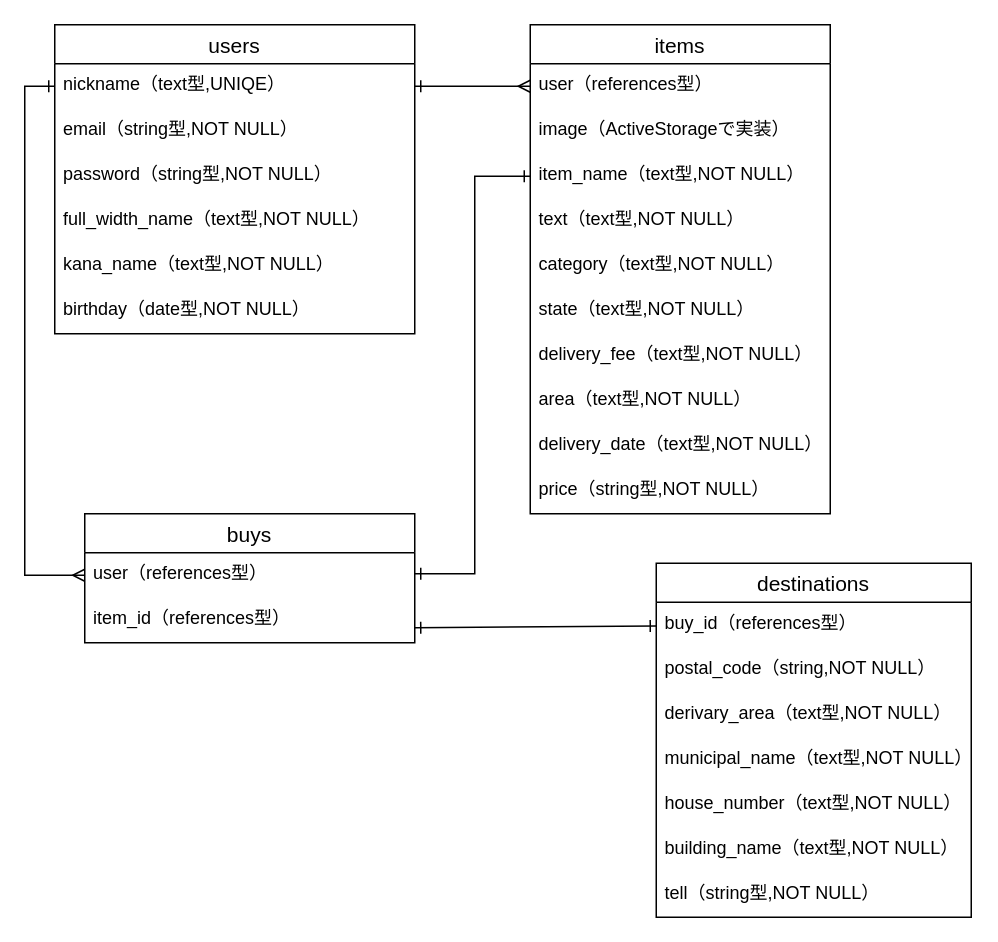
Above: furima.dio in starlikeleo/furima-30944 (draw.io), before the change. Source tidied: cells renumbered, new cells numbered last; positions are measured from the earlier drawing's top-left corner, leaving out a move shared by most shapes. Both pictures are drawn from the tidied source at 150%, with x=0, y=0 at pixel (24, 24).
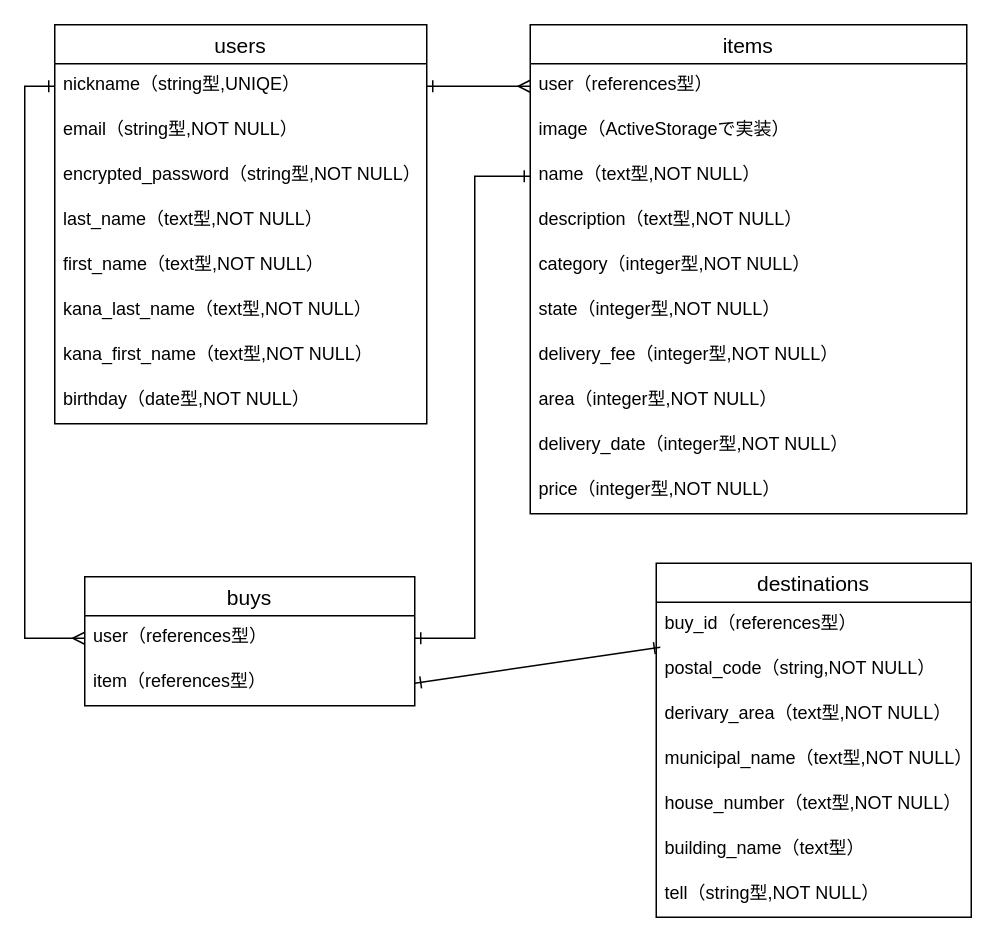
After the change.

Unchanged cells that the change refers to:
```xml
<mxCell id="22" value="user（references型）" style="text;strokeColor=none;fillColor=none;spacingLeft=4;spacingRight=4;overflow=hidden;points=[[0,0.5],[1,0.5]];portConstraint=eastwest;fontSize=12;" parent="21" vertex="1">
  <mxGeometry y="26" width="220" height="30" as="geometry" />
</mxCell>
<mxCell id="24" value="destinations" style="swimlane;fontStyle=0;horizontal=1;startSize=26;align=center;fontSize=14;" parent="1" vertex="1">
  <mxGeometry x="421" y="359" width="210" height="236" as="geometry" />
</mxCell>
<mxCell id="25" value="buy_id（references型）" style="text;strokeColor=none;fillColor=none;spacingLeft=4;spacingRight=4;overflow=hidden;points=[[0,0.5],[1,0.5]];portConstraint=eastwest;fontSize=12;" parent="24" vertex="1">
  <mxGeometry y="26" width="210" height="30" as="geometry" />
</mxCell>
```

Change to the diagram source:
```diff
@@
     <mxCell id="2" value="users" style="swimlane;fontStyle=0;horizontal=1;startSize=26;align=center;fontSize=14;" parent="1" vertex="1">
-      <mxGeometry x="20" width="240" height="206" as="geometry" />
+      <mxGeometry x="20" width="248" height="266" as="geometry" />
     </mxCell>
-    <mxCell id="3" value="nickname（text型,UNIQE）" style="text;strokeColor=none;fillColor=none;spacingLeft=4;spacingRight=4;overflow=hidden;points=[[0,0.5],[1,0.5]];portConstraint=eastwest;fontSize=12;" parent="2" vertex="1">
-      <mxGeometry y="26" width="240" height="30" as="geometry" />
+    <mxCell id="3" value="nickname（string型,UNIQE）" style="text;strokeColor=none;fillColor=none;spacingLeft=4;spacingRight=4;overflow=hidden;points=[[0,0.5],[1,0.5]];portConstraint=eastwest;fontSize=12;" parent="2" vertex="1">
+      <mxGeometry y="26" width="248" height="30" as="geometry" />
     </mxCell>
     <mxCell id="4" value="email（string型,NOT NULL）" style="text;strokeColor=none;fillColor=none;spacingLeft=4;spacingRight=4;overflow=hidden;fontSize=12;" parent="2" vertex="1">
-      <mxGeometry y="56" width="240" height="30" as="geometry" />
+      <mxGeometry y="56" width="248" height="30" as="geometry" />
     </mxCell>
-    <mxCell id="5" value="password（string型,NOT NULL）" style="text;strokeColor=none;fillColor=none;spacingLeft=4;spacingRight=4;overflow=hidden;fontSize=12;" parent="2" vertex="1">
-      <mxGeometry y="86" width="240" height="30" as="geometry" />
+    <mxCell id="5" value="encrypted_password（string型,NOT NULL）" style="text;strokeColor=none;fillColor=none;spacingLeft=4;spacingRight=4;overflow=hidden;fontSize=12;" parent="2" vertex="1">
+      <mxGeometry y="86" width="248" height="30" as="geometry" />
     </mxCell>
+    <mxCell id="36" value="last_name（text型,NOT NULL）" style="text;strokeColor=none;fillColor=none;spacingLeft=4;spacingRight=4;overflow=hidden;fontSize=12;" parent="2" vertex="1">
+      <mxGeometry y="116" width="248" height="30" as="geometry" />
+    </mxCell>
+    <mxCell id="37" value="first_name（text型,NOT NULL）" style="text;strokeColor=none;fillColor=none;spacingLeft=4;spacingRight=4;overflow=hidden;fontSize=12;" parent="2" vertex="1">
+      <mxGeometry y="146" width="248" height="30" as="geometry" />
+    </mxCell>
-    <mxCell id="6" value="full_width_name（text型,NOT NULL）" style="text;strokeColor=none;fillColor=none;spacingLeft=4;spacingRight=4;overflow=hidden;fontSize=12;" parent="2" vertex="1">
-      <mxGeometry y="116" width="240" height="30" as="geometry" />
+    <mxCell id="6" value="kana_last_name（text型,NOT NULL）" style="text;strokeColor=none;fillColor=none;spacingLeft=4;spacingRight=4;overflow=hidden;fontSize=12;" parent="2" vertex="1">
+      <mxGeometry y="176" width="248" height="30" as="geometry" />
     </mxCell>
-    <mxCell id="7" value="kana_name（text型,NOT NULL）" style="text;strokeColor=none;fillColor=none;spacingLeft=4;spacingRight=4;overflow=hidden;fontSize=12;" parent="2" vertex="1">
-      <mxGeometry y="146" width="240" height="30" as="geometry" />
+    <mxCell id="7" value="kana_first_name（text型,NOT NULL）" style="text;strokeColor=none;fillColor=none;spacingLeft=4;spacingRight=4;overflow=hidden;fontSize=12;" parent="2" vertex="1">
+      <mxGeometry y="206" width="248" height="30" as="geometry" />
     </mxCell>
     <mxCell id="8" value="birthday（date型,NOT NULL）" style="text;strokeColor=none;fillColor=none;spacingLeft=4;spacingRight=4;overflow=hidden;fontSize=12;" parent="2" vertex="1">
-      <mxGeometry y="176" width="240" height="30" as="geometry" />
+      <mxGeometry y="236" width="248" height="30" as="geometry" />
     </mxCell>
     <mxCell id="9" value="items" style="swimlane;fontStyle=0;horizontal=1;startSize=26;align=center;fontSize=14;" parent="1" vertex="1">
-      <mxGeometry x="337" width="200" height="326" as="geometry" />
+      <mxGeometry x="337" width="291" height="326" as="geometry" />
     </mxCell>
     <mxCell id="10" value="user（references型）" style="text;strokeColor=none;fillColor=none;spacingLeft=4;spacingRight=4;overflow=hidden;points=[[0,0.5],[1,0.5]];portConstraint=eastwest;fontSize=12;" parent="9" vertex="1">
-      <mxGeometry y="26" width="200" height="30" as="geometry" />
+      <mxGeometry y="26" width="291" height="30" as="geometry" />
     </mxCell>
     <mxCell id="11" value="image（ActiveStorageで実装）" style="text;strokeColor=none;fillColor=none;spacingLeft=4;spacingRight=4;overflow=hidden;fontSize=12;" parent="9" vertex="1">
-      <mxGeometry y="56" width="200" height="30" as="geometry" />
+      <mxGeometry y="56" width="291" height="30" as="geometry" />
     </mxCell>
-    <mxCell id="12" value="item_name（text型,NOT NULL）" style="text;strokeColor=none;fillColor=none;spacingLeft=4;spacingRight=4;overflow=hidden;points=[[0,0.5],[1,0.5]];portConstraint=eastwest;fontSize=12;" parent="9" vertex="1">
-      <mxGeometry y="86" width="200" height="30" as="geometry" />
+    <mxCell id="12" value="name（text型,NOT NULL）" style="text;strokeColor=none;fillColor=none;spacingLeft=4;spacingRight=4;overflow=hidden;points=[[0,0.5],[1,0.5]];portConstraint=eastwest;fontSize=12;" parent="9" vertex="1">
+      <mxGeometry y="86" width="291" height="30" as="geometry" />
     </mxCell>
-    <mxCell id="13" value="text（text型,NOT NULL）" style="text;strokeColor=none;fillColor=none;spacingLeft=4;spacingRight=4;overflow=hidden;fontSize=12;" parent="9" vertex="1">
-      <mxGeometry y="116" width="200" height="30" as="geometry" />
+    <mxCell id="13" value="description（text型,NOT NULL）" style="text;strokeColor=none;fillColor=none;spacingLeft=4;spacingRight=4;overflow=hidden;fontSize=12;" parent="9" vertex="1">
+      <mxGeometry y="116" width="291" height="30" as="geometry" />
     </mxCell>
-    <mxCell id="14" value="category（text型,NOT NULL）" style="text;strokeColor=none;fillColor=none;spacingLeft=4;spacingRight=4;overflow=hidden;points=[[0,0.5],[1,0.5]];portConstraint=eastwest;fontSize=12;" parent="9" vertex="1">
-      <mxGeometry y="146" width="200" height="30" as="geometry" />
+    <mxCell id="14" value="category（integer型,NOT NULL）" style="text;strokeColor=none;fillColor=none;spacingLeft=4;spacingRight=4;overflow=hidden;points=[[0,0.5],[1,0.5]];portConstraint=eastwest;fontSize=12;" parent="9" vertex="1">
+      <mxGeometry y="146" width="291" height="30" as="geometry" />
     </mxCell>
-    <mxCell id="15" value="state（text型,NOT NULL）" style="text;strokeColor=none;fillColor=none;spacingLeft=4;spacingRight=4;overflow=hidden;fontSize=12;" parent="9" vertex="1">
-      <mxGeometry y="176" width="200" height="30" as="geometry" />
+    <mxCell id="15" value="state（integer型,NOT NULL）" style="text;strokeColor=none;fillColor=none;spacingLeft=4;spacingRight=4;overflow=hidden;fontSize=12;" parent="9" vertex="1">
+      <mxGeometry y="176" width="291" height="30" as="geometry" />
     </mxCell>
-    <mxCell id="16" value="delivery_fee（text型,NOT NULL）" style="text;strokeColor=none;fillColor=none;spacingLeft=4;spacingRight=4;overflow=hidden;fontSize=12;" parent="9" vertex="1">
-      <mxGeometry y="206" width="200" height="30" as="geometry" />
+    <mxCell id="16" value="delivery_fee（integer型,NOT NULL）" style="text;strokeColor=none;fillColor=none;spacingLeft=4;spacingRight=4;overflow=hidden;fontSize=12;" parent="9" vertex="1">
+      <mxGeometry y="206" width="291" height="30" as="geometry" />
     </mxCell>
-    <mxCell id="17" value="area（text型,NOT NULL）" style="text;strokeColor=none;fillColor=none;spacingLeft=4;spacingRight=4;overflow=hidden;fontSize=12;" parent="9" vertex="1">
-      <mxGeometry y="236" width="200" height="30" as="geometry" />
+    <mxCell id="17" value="area（integer型,NOT NULL）" style="text;strokeColor=none;fillColor=none;spacingLeft=4;spacingRight=4;overflow=hidden;fontSize=12;" parent="9" vertex="1">
+      <mxGeometry y="236" width="291" height="30" as="geometry" />
     </mxCell>
-    <mxCell id="18" value="delivery_date（text型,NOT NULL）" style="text;strokeColor=none;fillColor=none;spacingLeft=4;spacingRight=4;overflow=hidden;fontSize=12;" parent="9" vertex="1">
-      <mxGeometry y="266" width="200" height="30" as="geometry" />
+    <mxCell id="18" value="delivery_date（integer型,NOT NULL）" style="text;strokeColor=none;fillColor=none;spacingLeft=4;spacingRight=4;overflow=hidden;fontSize=12;" parent="9" vertex="1">
+      <mxGeometry y="266" width="291" height="30" as="geometry" />
     </mxCell>
-    <mxCell id="19" value="price（string型,NOT NULL）" style="text;strokeColor=none;fillColor=none;spacingLeft=4;spacingRight=4;overflow=hidden;fontSize=12;" parent="9" vertex="1">
-      <mxGeometry y="296" width="200" height="30" as="geometry" />
+    <mxCell id="19" value="price（integer型,NOT NULL）" style="text;strokeColor=none;fillColor=none;spacingLeft=4;spacingRight=4;overflow=hidden;fontSize=12;" parent="9" vertex="1">
+      <mxGeometry y="296" width="291" height="30" as="geometry" />
     </mxCell>
@@
     <mxCell id="21" value="buys" style="swimlane;fontStyle=0;horizontal=1;startSize=26;align=center;fontSize=14;" parent="1" vertex="1">
-      <mxGeometry x="40" y="326" width="220" height="86" as="geometry" />
+      <mxGeometry x="40" y="368" width="220" height="86" as="geometry" />
     </mxCell>
@@
-    <mxCell id="23" value="item_id（references型）" style="text;strokeColor=none;fillColor=none;spacingLeft=4;spacingRight=4;overflow=hidden;points=[[0,0.5],[1,0.5]];portConstraint=eastwest;fontSize=12;" parent="21" vertex="1">
+    <mxCell id="23" value="item（references型）" style="text;strokeColor=none;fillColor=none;spacingLeft=4;spacingRight=4;overflow=hidden;points=[[0,0.5],[1,0.5]];portConstraint=eastwest;fontSize=12;" parent="21" vertex="1">
       <mxGeometry y="56" width="220" height="30" as="geometry" />
     </mxCell>
@@
-    <mxCell id="30" value="building_name（text型,NOT NULL）" style="text;strokeColor=none;fillColor=none;spacingLeft=4;spacingRight=4;overflow=hidden;fontSize=12;" parent="24" vertex="1">
+    <mxCell id="30" value="building_name（text型）" style="text;strokeColor=none;fillColor=none;spacingLeft=4;spacingRight=4;overflow=hidden;fontSize=12;" parent="24" vertex="1">
       <mxGeometry y="176" width="210" height="30" as="geometry" />
     </mxCell>
@@
-    <mxCell id="33" style="endArrow=ERone;html=1;rounded=0;endFill=0;startArrow=ERone;startFill=0;exitX=1;exitY=0.5;exitDx=0;exitDy=0;" parent="1" edge="1" target="25">
-      <mxGeometry relative="1" as="geometry">
-        <mxPoint x="260" y="402" as="sourcePoint" />
-      </mxGeometry>
+    <mxCell id="33" style="endArrow=ERone;html=1;rounded=0;endFill=0;startArrow=ERone;startFill=0;exitX=1;exitY=0.5;exitDx=0;exitDy=0;" parent="1" edge="1" source="23" target="25">
+      <mxGeometry relative="1" as="geometry" />
     </mxCell>
     <mxCell id="34" style="endArrow=ERmany;html=1;rounded=0;startArrow=ERone;startFill=0;endFill=0;entryX=0;entryY=0.5;entryDx=0;entryDy=0;exitX=0;exitY=0.5;exitDx=0;exitDy=0;" parent="1" edge="1" source="3" target="22">
       <mxGeometry relative="1" as="geometry">
         <Array as="points">
           <mxPoint y="41" />
-          <mxPoint y="367" />
+          <mxPoint y="409" />
         </Array>
       </mxGeometry>
     </mxCell>
-    <mxCell id="35" style="endArrow=ERone;html=1;rounded=0;endFill=0;startArrow=ERone;startFill=0;entryX=0;entryY=0.5;entryDx=0;entryDy=0;" parent="1" edge="1" target="12">
+    <mxCell id="35" style="endArrow=ERone;html=1;rounded=0;endFill=0;startArrow=ERone;startFill=0;entryX=0;entryY=0.5;entryDx=0;entryDy=0;exitX=1;exitY=0.5;exitDx=0;exitDy=0;" parent="1" edge="1" source="22" target="12">
       <mxGeometry relative="1" as="geometry">
-        <mxPoint x="260" y="366" as="sourcePoint" />
         <Array as="points">
-          <mxPoint x="300" y="366" />
+          <mxPoint x="300" y="409" />
           <mxPoint x="300" y="101" />
         </Array>
       </mxGeometry>
     </mxCell>
```
